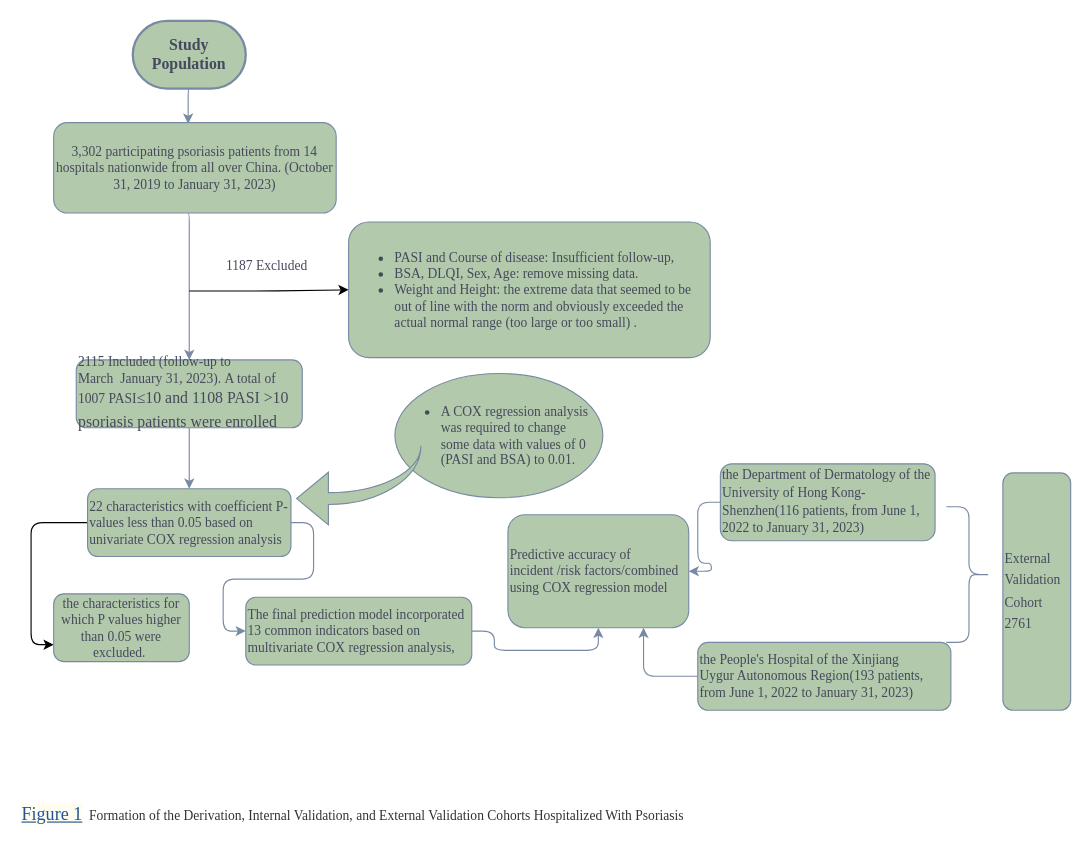
The draw.io diagram psoriasis.drawio in pifu-dabai/DEA.R, before the edit. Source tidied: cells renumbered, new cells numbered last; positions are measured from the earlier drawing's top-left corner, leaving out a move shared by most shapes. Both pictures are drawn from the tidied source at 113%, with x=0, y=0 at pixel (19, 20).
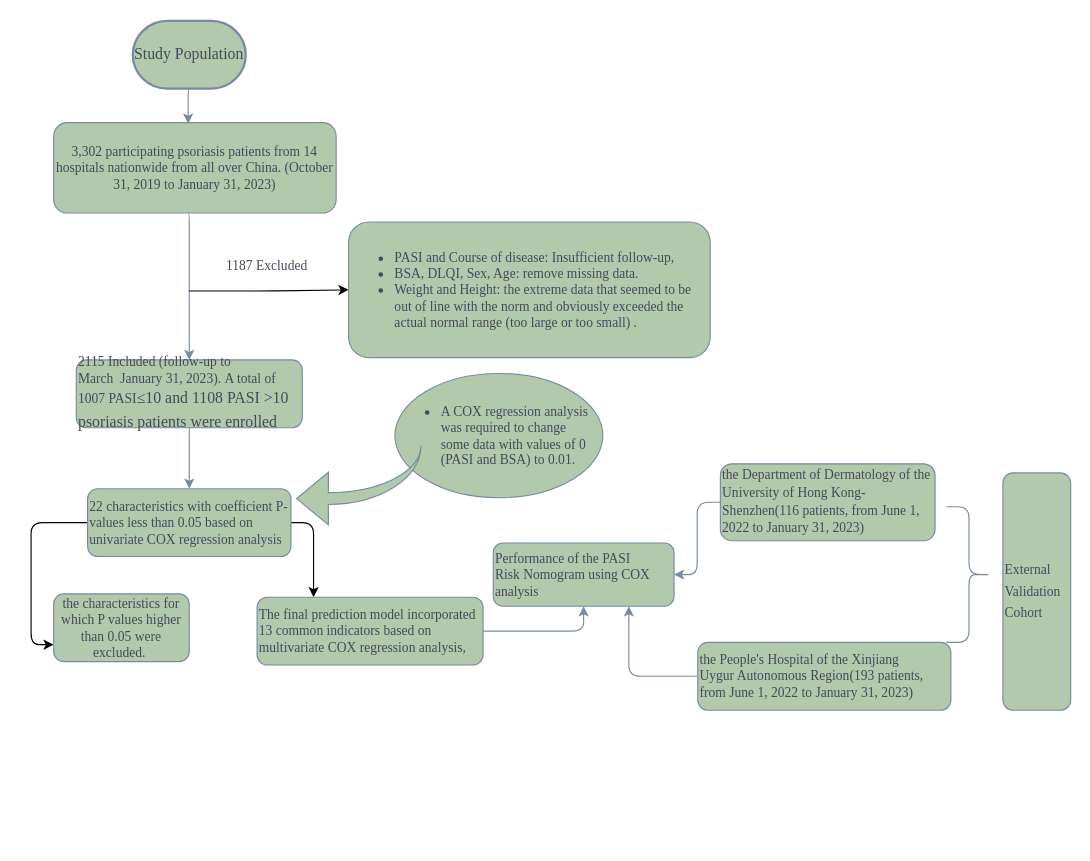
The same page after the edit.

Unchanged cells that the change refers to:
```xml
<mxCell id="3" value="2115 Included (follow-up to March&amp;nbsp;&amp;nbsp;January 31, 2023).&amp;nbsp;A total of 1007 PASI&lt;span style=&quot;font-size:10.5pt;mso-bidi-font-size:12.0pt;line-height:150%;font-family:&lt;br/&gt;宋体;mso-ascii-font-family:&amp;quot;Times New Roman&amp;quot;;mso-fareast-theme-font:minor-fareast;&lt;br/&gt;mso-hansi-font-family:&amp;quot;Times New Roman&amp;quot;;mso-bidi-font-family:&amp;quot;Times New Roman&amp;quot;;&lt;br/&gt;mso-bidi-theme-font:minor-bidi;mso-font-kerning:1.0pt;mso-ansi-language:EN-US;&lt;br/&gt;mso-fareast-language:ZH-CN;mso-bidi-language:AR-SA&quot; lang=&quot;ZH-CN&quot;&gt;≤&lt;/span&gt;&lt;span style=&quot;font-size:10.5pt;mso-bidi-font-size:12.0pt;line-height:150%;font-family:&lt;br/&gt;&amp;quot;Times New Roman&amp;quot;,serif;mso-fareast-font-family:宋体;mso-fareast-theme-font:minor-fareast;&lt;br/&gt;mso-bidi-theme-font:minor-bidi;mso-font-kerning:1.0pt;mso-ansi-language:EN-US;&lt;br/&gt;mso-fareast-language:ZH-CN;mso-bidi-language:AR-SA&quot;&gt;10 and 1108 PASI &amp;gt;10&lt;br/&gt;psoriasis patients were enrolled&lt;/span&gt;" style="rounded=1;whiteSpace=wrap;html=1;fontFamily=Times New Roman;labelBackgroundColor=none;verticalAlign=middle;labelBorderColor=none;fillColor=#B2C9AB;strokeColor=#788AA3;fontColor=#46495D;align=left;" parent="1" vertex="1">
  <mxGeometry x="50" y="300" width="200" height="60" as="geometry" />
</mxCell>
<mxCell id="10" value="22 characteristics with coefficient P-values less than 0.05&amp;nbsp;based on univariate COX regression analysis" style="rounded=1;whiteSpace=wrap;html=1;align=left;fontFamily=Times New Roman;labelBackgroundColor=none;verticalAlign=middle;labelBorderColor=none;fillColor=#B2C9AB;strokeColor=#788AA3;fontColor=#46495D;" parent="1" vertex="1">
  <mxGeometry x="60" y="414" width="180" height="60" as="geometry" />
</mxCell>
```

Diff of the diagram source:
```diff
@@
     <mxCell id="2" style="edgeStyle=orthogonalEdgeStyle;rounded=1;jettySize=auto;html=1;exitX=0.5;exitY=1;exitDx=0;exitDy=0;fontFamily=Times New Roman;labelBackgroundColor=none;verticalAlign=middle;labelBorderColor=none;strokeColor=#788AA3;fontColor=default;" parent="1" edge="1" target="3">
       <mxGeometry relative="1" as="geometry">
         <mxPoint x="149" y="171" as="sourcePoint" />
         <Array as="points">
-          <mxPoint x="150" y="250" />
-          <mxPoint x="150" y="250" />
+          <mxPoint x="150" y="171" />
         </Array>
       </mxGeometry>
     </mxCell>
@@
-    <mxCell id="4" value="&lt;a style=&quot;box-sizing: inherit; background-color: rgb(255, 252, 240); color: rgb(32, 84, 147); cursor: pointer; outline: 0px; margin-top: 0px; margin-bottom: 0px; font-size: 16px; display: inline-block !important;&quot; target=&quot;figure&quot; href=&quot;https://www.ncbi.nlm.nih.gov/pmc/articles/PMC5820711/figure/joi170125f1/&quot; class=&quot;figpopup&quot;&gt;Figure 1&lt;/a&gt;&amp;nbsp;&amp;nbsp;&lt;font color=&quot;#333333&quot;&gt;Formation of the Derivation, Internal Validation, and External Validation Cohorts Hospitalized With Psoriasis&lt;/font&gt;" style="text;whiteSpace=wrap;html=1;fontFamily=Times New Roman;labelBackgroundColor=none;verticalAlign=middle;labelBorderColor=none;fontColor=#46495D;rounded=1;" parent="1" vertex="1">
-      <mxGeometry y="677" width="727" height="50" as="geometry" />
-    </mxCell>
@@
-    <mxCell id="6" value="&lt;p style=&quot;line-height: 160%;&quot;&gt;External Validation Cohort&lt;br&gt;2761&lt;/p&gt;" style="rounded=1;whiteSpace=wrap;html=1;align=left;direction=south;fontFamily=Times New Roman;labelBackgroundColor=none;verticalAlign=middle;labelBorderColor=none;fillColor=#B2C9AB;strokeColor=#788AA3;fontColor=#46495D;" parent="1" vertex="1">
+    <mxCell id="6" value="&lt;p style=&quot;line-height: 160%;&quot;&gt;External Validation Cohort&amp;nbsp;&lt;br&gt;&lt;/p&gt;" style="rounded=1;whiteSpace=wrap;html=1;align=left;direction=south;fontFamily=Times New Roman;labelBackgroundColor=none;verticalAlign=middle;labelBorderColor=none;fillColor=#B2C9AB;strokeColor=#788AA3;fontColor=#46495D;" parent="1" vertex="1">
       <mxGeometry x="870" y="400" width="60" height="210" as="geometry" />
     </mxCell>
@@
+    <mxCell id="13" style="edgeStyle=orthogonalEdgeStyle;rounded=1;jettySize=auto;html=1;exitX=1;exitY=0.5;exitDx=0;exitDy=0;entryX=0.25;entryY=0;entryDx=0;entryDy=0;" parent="1" edge="1" source="10" target="12">
+      <mxGeometry relative="1" as="geometry" />
+    </mxCell>
@@
     <mxCell id="12" value="The final prediction model incorporated 13 common indicators based on multivariate COX regression analysis,&amp;nbsp;" style="rounded=1;whiteSpace=wrap;html=1;align=left;fontFamily=Times New Roman;labelBackgroundColor=none;verticalAlign=middle;labelBorderColor=none;fillColor=#B2C9AB;strokeColor=#788AA3;fontColor=#46495D;" parent="1" vertex="1">
-      <mxGeometry x="200" y="510" width="200" height="60" as="geometry" />
+      <mxGeometry x="210" y="510" width="200" height="60" as="geometry" />
     </mxCell>
-    <mxCell id="13" style="edgeStyle=orthogonalEdgeStyle;rounded=1;jettySize=auto;html=1;exitX=1;exitY=0.5;exitDx=0;exitDy=0;entryX=0;entryY=0.5;entryDx=0;entryDy=0;fontFamily=Times New Roman;labelBackgroundColor=none;verticalAlign=middle;labelBorderColor=none;strokeColor=#788AA3;fontColor=default;" parent="1" edge="1" source="10" target="12">
-      <mxGeometry relative="1" as="geometry" />
-    </mxCell>
@@
-    <mxCell id="15" value="&lt;b&gt;&lt;font style=&quot;font-size: 14px;&quot;&gt;Study Population&lt;/font&gt;&lt;/b&gt;" style="strokeWidth=2;html=1;shape=mxgraph.flowchart.terminator;whiteSpace=wrap;fontFamily=Times New Roman;labelBackgroundColor=none;verticalAlign=middle;labelBorderColor=none;fillColor=#B2C9AB;strokeColor=#788AA3;fontColor=#46495D;rounded=1;" parent="1" vertex="1">
+    <mxCell id="15" value="&lt;font style=&quot;font-size: 14px;&quot;&gt;Study Population&lt;/font&gt;" style="strokeWidth=2;html=1;shape=mxgraph.flowchart.terminator;whiteSpace=wrap;fontFamily=Times New Roman;labelBackgroundColor=none;verticalAlign=middle;labelBorderColor=none;fillColor=#B2C9AB;strokeColor=#788AA3;fontColor=#46495D;rounded=1;" parent="1" vertex="1">
       <mxGeometry x="100" width="100" height="60" as="geometry" />
     </mxCell>
@@
-    <mxCell id="17" value="&lt;div style=&quot;border-color: var(--border-color);&quot;&gt;Predictive accuracy of incident&amp;nbsp;&lt;span style=&quot;&quot;&gt;/risk&amp;nbsp;&lt;/span&gt;&lt;span style=&quot;&quot;&gt;factors/combined using COX&amp;nbsp;&lt;/span&gt;&lt;span style=&quot;&quot;&gt;regression model&lt;/span&gt;&lt;/div&gt;" style="rounded=1;whiteSpace=wrap;html=1;align=left;fontFamily=Times New Roman;labelBackgroundColor=none;verticalAlign=middle;labelBorderColor=none;fillColor=#B2C9AB;strokeColor=#788AA3;fontColor=#46495D;" parent="1" vertex="1">
-      <mxGeometry x="432" y="437" width="160" height="100" as="geometry" />
+    <mxCell id="17" value="&lt;div style=&quot;border-color: var(--border-color);&quot;&gt;&lt;span style=&quot;text-indent: 0cm; background-color: transparent;&quot;&gt;Performance of the PASI&lt;br/&gt;Risk Nomogram&lt;/span&gt;&lt;span style=&quot;background-color: transparent;&quot;&gt;&amp;nbsp;using COX analysis&lt;/span&gt;&lt;/div&gt;" style="rounded=1;whiteSpace=wrap;html=1;align=left;fontFamily=Times New Roman;labelBackgroundColor=none;verticalAlign=middle;labelBorderColor=none;fillColor=#B2C9AB;strokeColor=#788AA3;fontColor=#46495D;" parent="1" vertex="1">
+      <mxGeometry x="419" y="462" width="160" height="56" as="geometry" />
     </mxCell>
```
